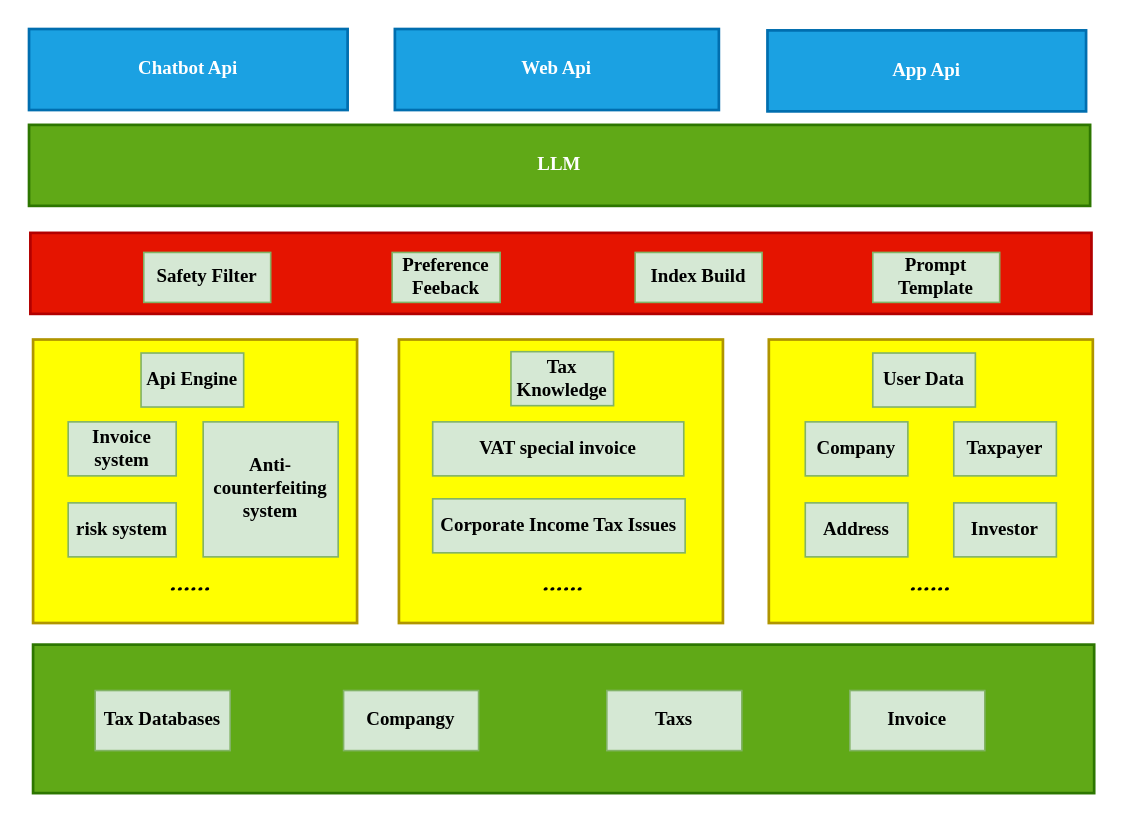
Before: framework.drawio in Ayo616/YanTrade, a draw.io diagram. Source tidied: cells renumbered, new cells numbered last; positions are measured from the earlier drawing's top-left corner, leaving out a move shared by most shapes. Both pictures are drawn from the tidied source at 135%, with x=0, y=0 at pixel (28, 28).
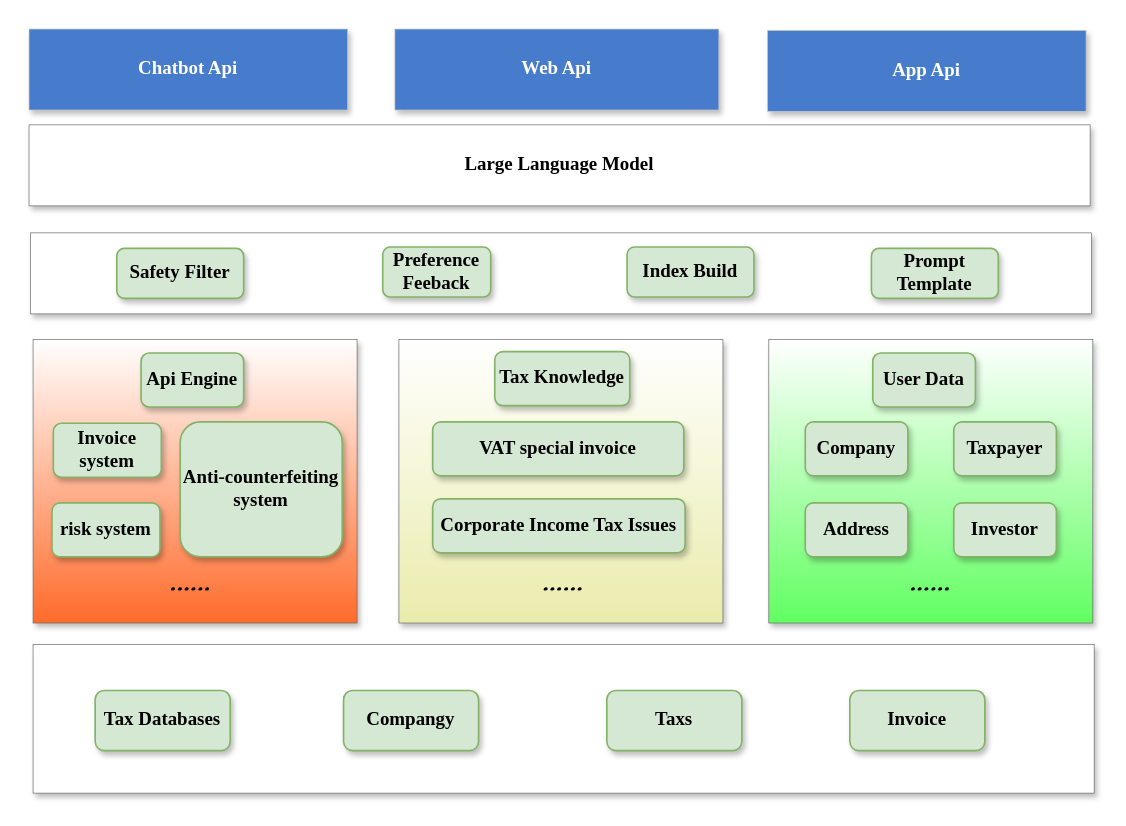
Above is the later version.

Change to the diagram source:
```diff
@@
-    <mxCell id="2" style="rounded=0;whiteSpace=wrap;html=1;fontSize=14;glass=0;strokeWidth=2;perimeterSpacing=0;fillColor=#FFFF00;strokeColor=#B09500;fontFamily=Garamond;fontColor=#000000;fontStyle=1;" parent="1" vertex="1">
+    <mxCell id="2" style="rounded=0;whiteSpace=wrap;html=1;fontSize=14;glass=0;strokeWidth=0.5;perimeterSpacing=0;fillColor=#FFFFFF;strokeColor=#666666;fontFamily=Garamond;fontColor=#ffffff;fontStyle=1;gradientColor=#FF6B2B;shadow=1;" parent="1" vertex="1">
       <mxGeometry x="3" y="230" width="240" height="210" as="geometry" />
     </mxCell>
-    <mxCell id="3" style="rounded=0;whiteSpace=wrap;html=1;fontSize=14;glass=0;strokeWidth=2;perimeterSpacing=0;fillColor=#FFFF00;strokeColor=#B09500;fontFamily=Garamond;fontColor=#000000;fontStyle=1;" parent="1" vertex="1">
+    <mxCell id="3" style="rounded=0;whiteSpace=wrap;html=1;fontSize=14;glass=0;strokeWidth=0.5;perimeterSpacing=0;fillColor=#FFFFFF;strokeColor=#666666;fontFamily=Garamond;fontColor=#ffffff;fontStyle=1;shadow=1;gradientColor=#EAECAC;" parent="1" vertex="1">
       <mxGeometry x="274" y="230" width="240" height="210" as="geometry" />
     </mxCell>
-    <mxCell id="4" style="rounded=0;whiteSpace=wrap;html=1;fontSize=14;glass=0;strokeWidth=2;perimeterSpacing=0;fillColor=#FFFF00;strokeColor=#B09500;fontFamily=Garamond;fontColor=#000000;fontStyle=1;" parent="1" vertex="1">
+    <mxCell id="4" style="rounded=0;whiteSpace=wrap;html=1;fontSize=14;glass=0;strokeWidth=0.5;perimeterSpacing=0;fillColor=#FFFFFF;strokeColor=#666666;fontFamily=Garamond;fontColor=#ffffff;fontStyle=1;gradientColor=#61FF61;shadow=1;" parent="1" vertex="1">
       <mxGeometry x="548" y="230" width="240" height="210" as="geometry" />
     </mxCell>
-    <mxCell id="5" style="rounded=0;whiteSpace=wrap;html=1;fontSize=14;glass=0;strokeWidth=2;perimeterSpacing=0;fillColor=#60a917;strokeColor=#2D7600;fontFamily=Garamond;fontColor=#ffffff;fontStyle=1;" parent="1" vertex="1">
+    <mxCell id="5" style="rounded=0;whiteSpace=wrap;html=1;fontSize=14;glass=0;strokeWidth=0.5;perimeterSpacing=0;fillColor=#FFFFFF;strokeColor=#666666;fontFamily=Garamond;fontColor=#ffffff;fontStyle=1;shadow=1;" parent="1" vertex="1">
       <mxGeometry x="3" y="456" width="786" height="110" as="geometry" />
     </mxCell>
-    <mxCell id="6" value="LLM" style="rounded=0;whiteSpace=wrap;html=1;fontSize=14;glass=0;strokeWidth=2;perimeterSpacing=0;fillColor=#60a917;strokeColor=#2D7600;fontFamily=Garamond;fontColor=#ffffff;fontStyle=1;" parent="1" vertex="1">
+    <mxCell id="6" value="&lt;font color=&quot;#000000&quot;&gt;Large Language Model&lt;/font&gt;" style="rounded=0;whiteSpace=wrap;html=1;fontSize=14;glass=0;strokeWidth=0.5;perimeterSpacing=0;fillColor=#FFFFFF;strokeColor=#666666;fontFamily=Garamond;fontColor=#ffffff;fontStyle=1;shadow=1;" parent="1" vertex="1">
       <mxGeometry y="71" width="786" height="60" as="geometry" />
     </mxCell>
-    <mxCell id="7" value="Chatbot Api" style="rounded=0;whiteSpace=wrap;html=1;fontSize=14;glass=0;strokeWidth=2;perimeterSpacing=0;fillColor=#1ba1e2;strokeColor=#006EAF;fontFamily=Garamond;fontColor=#ffffff;fontStyle=1;" parent="1" vertex="1">
+    <mxCell id="7" value="Chatbot Api" style="rounded=0;whiteSpace=wrap;html=1;fontSize=14;glass=0;strokeWidth=0.5;perimeterSpacing=0;fillColor=#477CCC;strokeColor=#CCCCC0;fontFamily=Garamond;fontColor=#ffffff;fontStyle=1;shadow=1;" parent="1" vertex="1">
       <mxGeometry width="236" height="60" as="geometry" />
     </mxCell>
-    <mxCell id="8" value="Web Api" style="rounded=0;whiteSpace=wrap;html=1;fontSize=14;glass=0;strokeWidth=2;perimeterSpacing=0;fillColor=#1ba1e2;strokeColor=#006EAF;fontFamily=Garamond;fontColor=#ffffff;fontStyle=1;" parent="1" vertex="1">
+    <mxCell id="8" value="Web Api" style="rounded=0;whiteSpace=wrap;html=1;fontSize=14;glass=0;strokeWidth=0.5;perimeterSpacing=0;fillColor=#477CCC;strokeColor=#CCCCC0;fontFamily=Garamond;fontColor=#ffffff;fontStyle=1;shadow=1;" parent="1" vertex="1">
       <mxGeometry x="271" width="240" height="60" as="geometry" />
     </mxCell>
-    <mxCell id="9" value="App Api" style="rounded=0;whiteSpace=wrap;html=1;fontSize=14;glass=0;strokeWidth=2;perimeterSpacing=0;fillColor=#1ba1e2;strokeColor=#006EAF;fontFamily=Garamond;fontColor=#ffffff;fontStyle=1;" parent="1" vertex="1">
+    <mxCell id="9" value="App Api" style="rounded=0;whiteSpace=wrap;html=1;fontSize=14;glass=0;strokeWidth=0.5;perimeterSpacing=0;fillColor=#477CCC;strokeColor=#CCCCC0;fontFamily=Garamond;fontColor=#ffffff;fontStyle=1;shadow=1;" parent="1" vertex="1">
       <mxGeometry x="547" y="1" width="236" height="60" as="geometry" />
     </mxCell>
-    <mxCell id="10" value="Api Engine" style="rounded=0;whiteSpace=wrap;html=1;fontSize=14;glass=0;strokeWidth=1.2;perimeterSpacing=0;fillColor=#d5e8d4;strokeColor=#82b366;fontFamily=Garamond;fontStyle=1;" parent="1" vertex="1">
+    <mxCell id="10" value="Api Engine" style="rounded=1;whiteSpace=wrap;html=1;fontSize=14;glass=0;strokeWidth=1.2;perimeterSpacing=0;fillColor=#d5e8d4;strokeColor=#82b366;fontFamily=Garamond;fontStyle=1;shadow=1;" parent="1" vertex="1">
       <mxGeometry x="83" y="240" width="76" height="40" as="geometry" />
     </mxCell>
-    <mxCell id="11" value="Tax Knowledge" style="rounded=0;whiteSpace=wrap;html=1;fontSize=14;glass=0;strokeWidth=1.2;perimeterSpacing=0;fillColor=#d5e8d4;strokeColor=#82b366;fontFamily=Garamond;fontStyle=1;" parent="1" vertex="1">
-      <mxGeometry x="357" y="239" width="76" height="40" as="geometry" />
+    <mxCell id="11" value="Tax Knowledge" style="rounded=1;whiteSpace=wrap;html=1;fontSize=14;glass=0;strokeWidth=1.2;perimeterSpacing=0;fillColor=#d5e8d4;strokeColor=#82b366;fontFamily=Garamond;fontStyle=1;shadow=1;" parent="1" vertex="1">
+      <mxGeometry x="345" y="239" width="100" height="40" as="geometry" />
     </mxCell>
-    <mxCell id="12" value="User Data" style="rounded=0;whiteSpace=wrap;html=1;fontSize=14;glass=0;strokeWidth=1.2;perimeterSpacing=0;fillColor=#d5e8d4;strokeColor=#82b366;fontFamily=Garamond;fontStyle=1;" parent="1" vertex="1">
+    <mxCell id="12" value="User Data" style="rounded=1;whiteSpace=wrap;html=1;fontSize=14;glass=0;strokeWidth=1.2;perimeterSpacing=0;fillColor=#d5e8d4;strokeColor=#82b366;fontFamily=Garamond;fontStyle=1;shadow=1;" parent="1" vertex="1">
       <mxGeometry x="625" y="240" width="76" height="40" as="geometry" />
     </mxCell>
-    <mxCell id="13" value="Tax Databases" style="rounded=0;whiteSpace=wrap;html=1;fontSize=14;glass=0;strokeWidth=1.2;perimeterSpacing=0;fillColor=#d5e8d4;strokeColor=#82b366;fontFamily=Garamond;fontStyle=1;" parent="1" vertex="1">
+    <mxCell id="13" value="Tax Databases" style="rounded=1;whiteSpace=wrap;html=1;fontSize=14;glass=0;strokeWidth=1.2;perimeterSpacing=0;fillColor=#d5e8d4;strokeColor=#82b366;fontFamily=Garamond;fontStyle=1;shadow=1;" parent="1" vertex="1">
       <mxGeometry x="49" y="490" width="100" height="44.5" as="geometry" />
     </mxCell>
-    <mxCell id="14" value="Compangy" style="rounded=0;whiteSpace=wrap;html=1;fontSize=14;glass=0;strokeWidth=1.2;perimeterSpacing=0;fillColor=#d5e8d4;strokeColor=#82b366;fontFamily=Garamond;fontStyle=1;" parent="1" vertex="1">
+    <mxCell id="14" value="Compangy" style="rounded=1;whiteSpace=wrap;html=1;fontSize=14;glass=0;strokeWidth=1.2;perimeterSpacing=0;fillColor=#d5e8d4;strokeColor=#82b366;fontFamily=Garamond;fontStyle=1;shadow=1;" parent="1" vertex="1">
       <mxGeometry x="233" y="490" width="100" height="44.5" as="geometry" />
     </mxCell>
-    <mxCell id="15" value="Taxs" style="rounded=0;whiteSpace=wrap;html=1;fontSize=14;glass=0;strokeWidth=1.2;perimeterSpacing=0;fillColor=#d5e8d4;strokeColor=#82b366;fontFamily=Garamond;fontStyle=1;" parent="1" vertex="1">
+    <mxCell id="15" value="Taxs" style="rounded=1;whiteSpace=wrap;html=1;fontSize=14;glass=0;strokeWidth=1.2;perimeterSpacing=0;fillColor=#d5e8d4;strokeColor=#82b366;fontFamily=Garamond;fontStyle=1;shadow=1;" parent="1" vertex="1">
       <mxGeometry x="428" y="490" width="100" height="44.5" as="geometry" />
     </mxCell>
-    <mxCell id="16" value="Invoice" style="rounded=0;whiteSpace=wrap;html=1;fontSize=14;glass=0;strokeWidth=1.2;perimeterSpacing=0;fillColor=#d5e8d4;strokeColor=#82b366;fontFamily=Garamond;fontStyle=1;" parent="1" vertex="1">
+    <mxCell id="16" value="Invoice" style="rounded=1;whiteSpace=wrap;html=1;fontSize=14;glass=0;strokeWidth=1.2;perimeterSpacing=0;fillColor=#d5e8d4;strokeColor=#82b366;fontFamily=Garamond;fontStyle=1;shadow=1;" parent="1" vertex="1">
       <mxGeometry x="608" y="490" width="100" height="44.5" as="geometry" />
     </mxCell>
-    <mxCell id="17" style="rounded=0;whiteSpace=wrap;html=1;fontSize=14;glass=0;strokeWidth=2;perimeterSpacing=0;fillColor=#e51400;strokeColor=#B20000;fontFamily=Garamond;fontColor=#ffffff;fontStyle=1;" parent="1" vertex="1">
+    <mxCell id="17" style="rounded=0;whiteSpace=wrap;html=1;fontSize=14;glass=0;strokeWidth=0.5;perimeterSpacing=0;fillColor=#FFFFFF;strokeColor=#666666;fontFamily=Garamond;fontColor=#ffffff;fontStyle=1;shadow=1;" parent="1" vertex="1">
       <mxGeometry x="1" y="151" width="786" height="60" as="geometry" />
     </mxCell>
-    <mxCell id="18" value="Safety Filter" style="rounded=0;whiteSpace=wrap;html=1;fontSize=14;glass=0;strokeWidth=1.2;perimeterSpacing=0;fillColor=#d5e8d4;strokeColor=#82b366;fontFamily=Garamond;fontStyle=1;" parent="1" vertex="1">
-      <mxGeometry x="85" y="165.5" width="94" height="37" as="geometry" />
+    <mxCell id="18" value="Safety Filter" style="rounded=1;whiteSpace=wrap;html=1;fontSize=14;glass=0;strokeWidth=1.2;perimeterSpacing=0;fillColor=#d5e8d4;strokeColor=#82b366;fontFamily=Garamond;fontStyle=1;shadow=1;" parent="1" vertex="1">
+      <mxGeometry x="65" y="162.5" width="94" height="37" as="geometry" />
     </mxCell>
-    <mxCell id="19" value="Preference Feeback" style="rounded=0;whiteSpace=wrap;html=1;fontSize=14;glass=0;strokeWidth=1.2;perimeterSpacing=0;fillColor=#d5e8d4;strokeColor=#82b366;fontFamily=Garamond;fontStyle=1;" parent="1" vertex="1">
-      <mxGeometry x="269" y="165.5" width="80" height="37" as="geometry" />
+    <mxCell id="19" value="Preference Feeback" style="rounded=1;whiteSpace=wrap;html=1;fontSize=14;glass=0;strokeWidth=1.2;perimeterSpacing=0;fillColor=#d5e8d4;strokeColor=#82b366;fontFamily=Garamond;fontStyle=1;shadow=1;" parent="1" vertex="1">
+      <mxGeometry x="262" y="161.5" width="80" height="37" as="geometry" />
     </mxCell>
-    <mxCell id="20" value="Prompt Template" style="rounded=0;whiteSpace=wrap;html=1;fontSize=14;glass=0;strokeWidth=1.2;perimeterSpacing=0;fillColor=#d5e8d4;strokeColor=#82b366;fontFamily=Garamond;fontStyle=1;" parent="1" vertex="1">
-      <mxGeometry x="625" y="165.5" width="94" height="37" as="geometry" />
+    <mxCell id="20" value="Prompt Template" style="rounded=1;whiteSpace=wrap;html=1;fontSize=14;glass=0;strokeWidth=1.2;perimeterSpacing=0;fillColor=#d5e8d4;strokeColor=#82b366;fontFamily=Garamond;fontStyle=1;shadow=1;" parent="1" vertex="1">
+      <mxGeometry x="624" y="162.5" width="94" height="37" as="geometry" />
     </mxCell>
-    <mxCell id="21" value="Index Build" style="rounded=0;whiteSpace=wrap;html=1;fontSize=14;glass=0;strokeWidth=1.2;perimeterSpacing=0;fillColor=#d5e8d4;strokeColor=#82b366;fontFamily=Garamond;fontStyle=1;" parent="1" vertex="1">
-      <mxGeometry x="449" y="165.5" width="94" height="37" as="geometry" />
+    <mxCell id="21" value="Index Build" style="rounded=1;whiteSpace=wrap;html=1;fontSize=14;glass=0;strokeWidth=1.2;perimeterSpacing=0;fillColor=#d5e8d4;strokeColor=#82b366;fontFamily=Garamond;fontStyle=1;shadow=1;" parent="1" vertex="1">
+      <mxGeometry x="443" y="161.5" width="94" height="37" as="geometry" />
     </mxCell>
-    <mxCell id="22" value="VAT special invoice" style="rounded=0;whiteSpace=wrap;html=1;fontSize=14;glass=0;strokeWidth=1.2;perimeterSpacing=0;fillColor=#d5e8d4;strokeColor=#82b366;fontFamily=Garamond;fontStyle=1;" parent="1" vertex="1">
+    <mxCell id="22" value="VAT special invoice" style="rounded=1;whiteSpace=wrap;html=1;fontSize=14;glass=0;strokeWidth=1.2;perimeterSpacing=0;fillColor=#d5e8d4;strokeColor=#82b366;fontFamily=Garamond;fontStyle=1;shadow=1;" parent="1" vertex="1">
       <mxGeometry x="299" y="291" width="186" height="40" as="geometry" />
     </mxCell>
-    <mxCell id="23" value="Corporate Income Tax Issues" style="rounded=0;whiteSpace=wrap;html=1;fontSize=14;glass=0;strokeWidth=1.2;perimeterSpacing=0;fillColor=#d5e8d4;strokeColor=#82b366;fontFamily=Garamond;fontStyle=1;" parent="1" vertex="1">
+    <mxCell id="23" value="Corporate Income Tax Issues" style="rounded=1;whiteSpace=wrap;html=1;fontSize=14;glass=0;strokeWidth=1.2;perimeterSpacing=0;fillColor=#d5e8d4;strokeColor=#82b366;fontFamily=Garamond;fontStyle=1;shadow=1;" parent="1" vertex="1">
       <mxGeometry x="299" y="348" width="187" height="40" as="geometry" />
     </mxCell>
-    <mxCell id="24" value="Invoice system" style="rounded=0;whiteSpace=wrap;html=1;fontSize=14;glass=0;strokeWidth=1.2;perimeterSpacing=0;fillColor=#d5e8d4;strokeColor=#82b366;fontFamily=Garamond;fontStyle=1;" parent="1" vertex="1">
-      <mxGeometry x="29" y="291" width="80" height="40" as="geometry" />
+    <mxCell id="24" value="Invoice system" style="rounded=1;whiteSpace=wrap;html=1;fontSize=14;glass=0;strokeWidth=1.2;perimeterSpacing=0;fillColor=#d5e8d4;strokeColor=#82b366;fontFamily=Garamond;fontStyle=1;shadow=1;" parent="1" vertex="1">
+      <mxGeometry x="18" y="292" width="80" height="40" as="geometry" />
     </mxCell>
-    <mxCell id="25" value="Anti-counterfeiting system" style="rounded=0;whiteSpace=wrap;html=1;fontSize=14;glass=0;strokeWidth=1.2;perimeterSpacing=0;fillColor=#d5e8d4;strokeColor=#82b366;fontFamily=Garamond;fontStyle=1;" parent="1" vertex="1">
-      <mxGeometry x="129" y="291" width="100" height="100" as="geometry" />
+    <mxCell id="25" value="Anti-counterfeiting system" style="rounded=1;whiteSpace=wrap;html=1;fontSize=14;glass=0;strokeWidth=1.2;perimeterSpacing=0;fillColor=#d5e8d4;strokeColor=#82b366;fontFamily=Garamond;fontStyle=1;shadow=1;" parent="1" vertex="1">
+      <mxGeometry x="112" y="291" width="120" height="100" as="geometry" />
     </mxCell>
-    <mxCell id="26" value="risk system" style="rounded=0;whiteSpace=wrap;html=1;fontSize=14;glass=0;strokeWidth=1.2;perimeterSpacing=0;fillColor=#d5e8d4;strokeColor=#82b366;fontFamily=Garamond;fontStyle=1;" parent="1" vertex="1">
-      <mxGeometry x="29" y="351" width="80" height="40" as="geometry" />
+    <mxCell id="26" value="risk system" style="rounded=1;whiteSpace=wrap;html=1;fontSize=14;glass=0;strokeWidth=1.2;perimeterSpacing=0;fillColor=#d5e8d4;strokeColor=#82b366;fontFamily=Garamond;fontStyle=1;shadow=1;" parent="1" vertex="1">
+      <mxGeometry x="17" y="351" width="80" height="40" as="geometry" />
     </mxCell>
-    <mxCell id="27" value="Company" style="rounded=0;whiteSpace=wrap;html=1;fontSize=14;glass=0;strokeWidth=1.2;perimeterSpacing=0;fillColor=#d5e8d4;strokeColor=#82b366;fontFamily=Garamond;fontStyle=1;" parent="1" vertex="1">
+    <mxCell id="27" value="Company" style="rounded=1;whiteSpace=wrap;html=1;fontSize=14;glass=0;strokeWidth=1.2;perimeterSpacing=0;fillColor=#d5e8d4;strokeColor=#82b366;fontFamily=Garamond;fontStyle=1;shadow=1;" parent="1" vertex="1">
       <mxGeometry x="575" y="291" width="76" height="40" as="geometry" />
     </mxCell>
-    <mxCell id="28" value="Taxpayer" style="rounded=0;whiteSpace=wrap;html=1;fontSize=14;glass=0;strokeWidth=1.2;perimeterSpacing=0;fillColor=#d5e8d4;strokeColor=#82b366;fontFamily=Garamond;fontStyle=1;" parent="1" vertex="1">
+    <mxCell id="28" value="Taxpayer" style="rounded=1;whiteSpace=wrap;html=1;fontSize=14;glass=0;strokeWidth=1.2;perimeterSpacing=0;fillColor=#d5e8d4;strokeColor=#82b366;fontFamily=Garamond;fontStyle=1;shadow=1;" parent="1" vertex="1">
       <mxGeometry x="685" y="291" width="76" height="40" as="geometry" />
     </mxCell>
-    <mxCell id="29" value="Address" style="rounded=0;whiteSpace=wrap;html=1;fontSize=14;glass=0;strokeWidth=1.2;perimeterSpacing=0;fillColor=#d5e8d4;strokeColor=#82b366;fontFamily=Garamond;fontStyle=1;" parent="1" vertex="1">
+    <mxCell id="29" value="Address" style="rounded=1;whiteSpace=wrap;html=1;fontSize=14;glass=0;strokeWidth=1.2;perimeterSpacing=0;fillColor=#d5e8d4;strokeColor=#82b366;fontFamily=Garamond;fontStyle=1;shadow=1;" parent="1" vertex="1">
       <mxGeometry x="575" y="351" width="76" height="40" as="geometry" />
     </mxCell>
-    <mxCell id="30" value="Investor" style="rounded=0;whiteSpace=wrap;html=1;fontSize=14;glass=0;strokeWidth=1.2;perimeterSpacing=0;fillColor=#d5e8d4;strokeColor=#82b366;fontFamily=Garamond;fontStyle=1;" parent="1" vertex="1">
+    <mxCell id="30" value="Investor" style="rounded=1;whiteSpace=wrap;html=1;fontSize=14;glass=0;strokeWidth=1.2;perimeterSpacing=0;fillColor=#d5e8d4;strokeColor=#82b366;fontFamily=Garamond;fontStyle=1;shadow=1;" parent="1" vertex="1">
       <mxGeometry x="685" y="351" width="76" height="40" as="geometry" />
     </mxCell>
```
